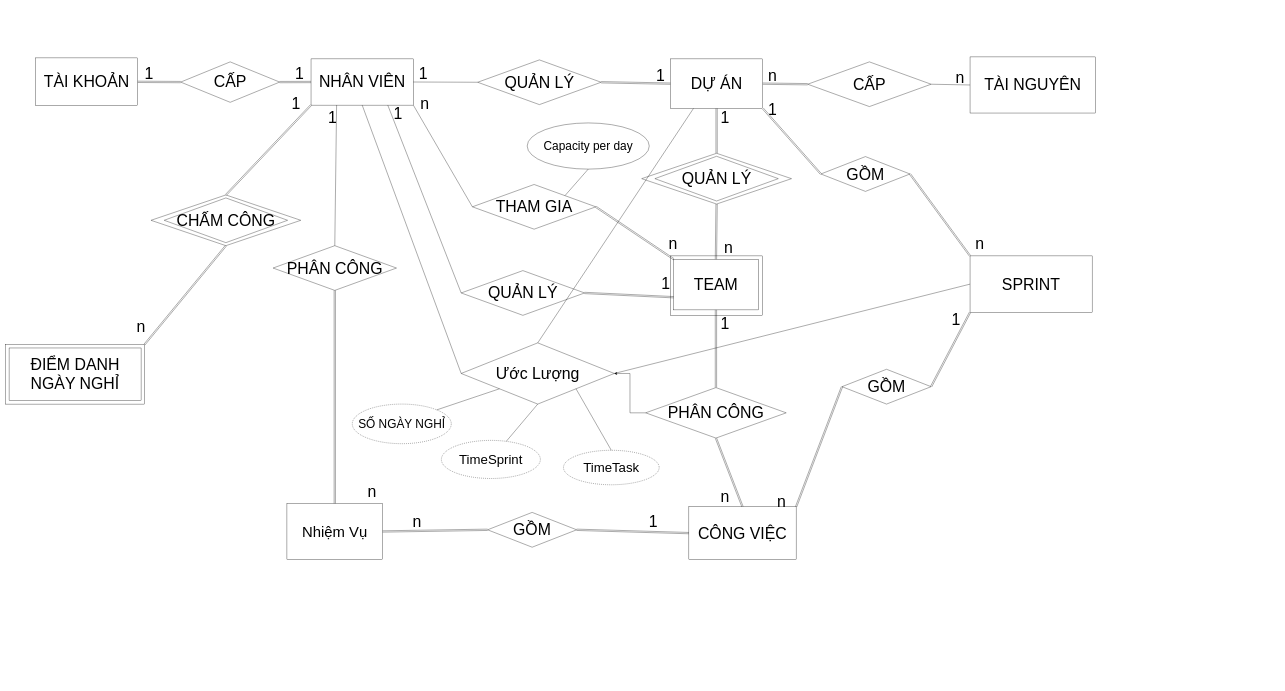
Earlier version of the draw.io diagram page "Mối Kết Hợp" (1 of 2) of model/Relation_ERD.drawio (Narius2030/Project-Management-App). Source tidied: cells renumbered, new cells numbered last; positions are measured from the earlier drawing's top-left corner, leaving out a move shared by most shapes. Both pictures are drawn from the tidied source at 33%, with x=0, y=0 at pixel (6, 57).
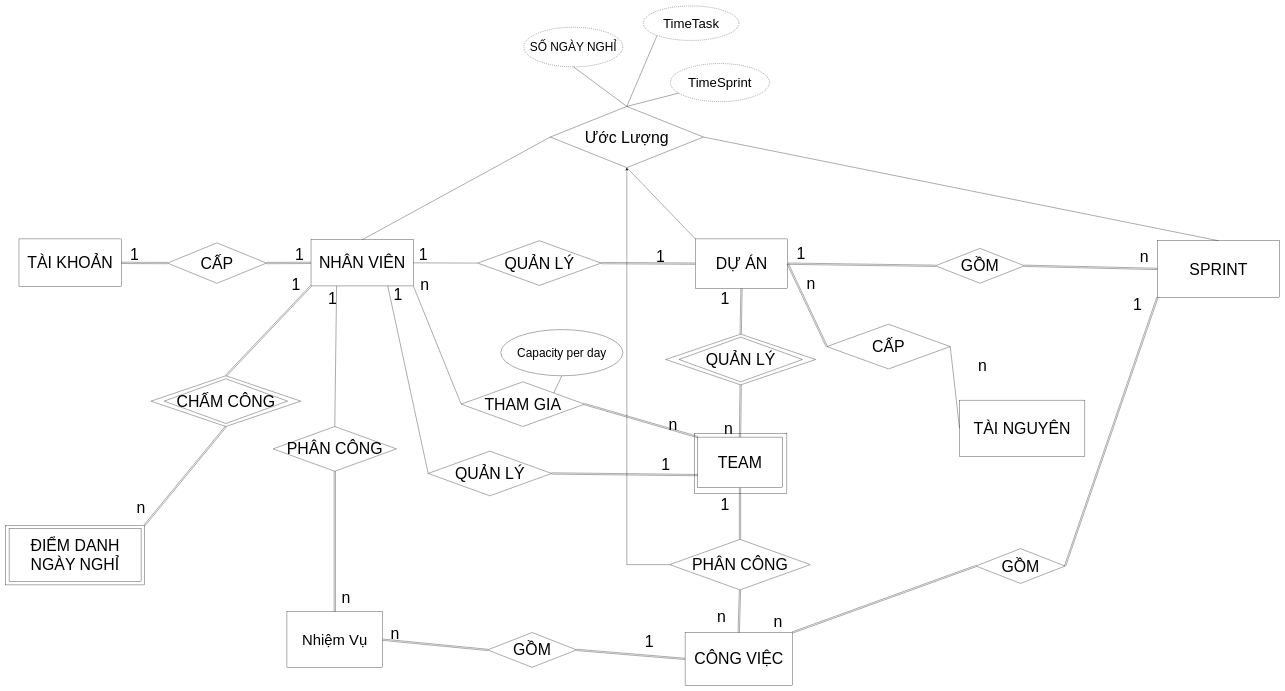
After the change.

Change to the diagram source:
```diff
@@
     <mxCell id="2" value="&lt;font style=&quot;font-size: 48px;&quot;&gt;TÀI KHOẢN&lt;/font&gt;" style="rounded=0;whiteSpace=wrap;html=1;" parent="1" vertex="1">
-      <mxGeometry x="90" y="3" width="310" height="145" as="geometry" />
+      <mxGeometry x="40" y="551.5" width="310" height="145" as="geometry" />
     </mxCell>
     <mxCell id="3" value="&lt;font style=&quot;font-size: 48px;&quot;&gt;NHÂN VIÊN&lt;/font&gt;" style="rounded=0;whiteSpace=wrap;html=1;" parent="1" vertex="1">
-      <mxGeometry x="925" y="6" width="310" height="140" as="geometry" />
+      <mxGeometry x="925" y="554" width="310" height="140" as="geometry" />
     </mxCell>
     <mxCell id="4" style="group;fontSize=35;fontStyle=0;" parent="1" vertex="1">
-      <mxGeometry x="852" y="1353" width="290" height="170" as="geometry" />
+      <mxGeometry x="852" y="1681" width="290" height="170" as="geometry" />
     </mxCell>
@@
     <mxCell id="6" value="&lt;font style=&quot;font-size: 48px;&quot;&gt;DỰ ÁN&lt;/font&gt;" style="rounded=0;whiteSpace=wrap;html=1;" parent="1" vertex="1">
-      <mxGeometry x="2014" y="6" width="280" height="150" as="geometry" />
+      <mxGeometry x="2089.5" y="551.5" width="280" height="150" as="geometry" />
     </mxCell>
     <mxCell id="7" style="group;rounded=0;strokeColor=default;fontFamily=Helvetica;fontSize=12;fontColor=default;fillColor=default;html=1;" parent="1" vertex="1">
-      <mxGeometry x="2014" y="603" width="280" height="180" as="geometry" />
+      <mxGeometry x="2087" y="1142" width="280" height="180" as="geometry" />
     </mxCell>
@@
     <mxCell id="9" value="&lt;span style=&quot;font-size: 48px;&quot;&gt;CÔNG VIỆC&lt;/span&gt;" style="rounded=0;whiteSpace=wrap;html=1;" parent="1" vertex="1">
-      <mxGeometry x="2070" y="1363" width="325" height="160" as="geometry" />
+      <mxGeometry x="2058.5" y="1744.2" width="325" height="160" as="geometry" />
     </mxCell>
     <mxCell id="10" value="&lt;font style=&quot;font-size: 48px;&quot;&gt;TÀI NGUYÊN&lt;/font&gt;" style="rounded=0;whiteSpace=wrap;html=1;" parent="1" vertex="1">
-      <mxGeometry x="2922" width="380" height="170" as="geometry" />
+      <mxGeometry x="2890" y="1040" width="380" height="170" as="geometry" />
     </mxCell>
     <mxCell id="11" value="&lt;font style=&quot;font-size: 48px;&quot;&gt;CẤP&lt;/font&gt;" style="rhombus;whiteSpace=wrap;html=1;" parent="1" vertex="1">
-      <mxGeometry x="530" y="15" width="300" height="122.5" as="geometry" />
+      <mxGeometry x="490" y="563.5" width="300" height="122.5" as="geometry" />
     </mxCell>
     <mxCell id="12" value="&lt;span style=&quot;font-size: 48px;&quot;&gt;1&lt;/span&gt;" style="text;html=1;strokeColor=none;fillColor=none;align=center;verticalAlign=middle;whiteSpace=wrap;rounded=0;" parent="1" vertex="1">
-      <mxGeometry x="404" y="35" width="60" height="30" as="geometry" />
+      <mxGeometry x="360" y="583" width="60" height="30" as="geometry" />
     </mxCell>
     <mxCell id="13" value="&lt;span style=&quot;font-size: 48px;&quot;&gt;1&lt;/span&gt;" style="text;html=1;strokeColor=none;fillColor=none;align=center;verticalAlign=middle;whiteSpace=wrap;rounded=0;" parent="1" vertex="1">
-      <mxGeometry x="860" y="35" width="60" height="30" as="geometry" />
+      <mxGeometry x="860" y="583" width="60" height="30" as="geometry" />
     </mxCell>
@@
     <mxCell id="16" value="&lt;span style=&quot;font-size: 48px;&quot;&gt;QUẢN LÝ&lt;/span&gt;" style="rhombus;whiteSpace=wrap;html=1;" parent="1" vertex="1">
-      <mxGeometry x="1430" y="9" width="374" height="135.5" as="geometry" />
+      <mxGeometry x="1430" y="557" width="374" height="135.5" as="geometry" />
     </mxCell>
@@
     <mxCell id="19" value="&lt;span style=&quot;font-size: 48px;&quot;&gt;1&lt;/span&gt;" style="text;html=1;strokeColor=none;fillColor=none;align=center;verticalAlign=middle;whiteSpace=wrap;rounded=0;" parent="1" vertex="1">
-      <mxGeometry x="1235" y="35" width="60" height="30" as="geometry" />
+      <mxGeometry x="1235" y="583" width="60" height="30" as="geometry" />
     </mxCell>
     <mxCell id="20" value="&lt;span style=&quot;font-size: 48px;&quot;&gt;1&lt;/span&gt;" style="text;html=1;strokeColor=none;fillColor=none;align=center;verticalAlign=middle;whiteSpace=wrap;rounded=0;" parent="1" vertex="1">
-      <mxGeometry x="1954" y="42" width="60" height="30" as="geometry" />
+      <mxGeometry x="1954" y="590" width="60" height="30" as="geometry" />
     </mxCell>
     <mxCell id="21" value="&lt;span style=&quot;font-size: 48px;&quot;&gt;CẤP&lt;/span&gt;" style="rhombus;whiteSpace=wrap;html=1;" parent="1" vertex="1">
-      <mxGeometry x="2430" y="15" width="374" height="135.5" as="geometry" />
+      <mxGeometry x="2488" y="810" width="374" height="135.5" as="geometry" />
     </mxCell>
@@
     <mxCell id="24" value="&lt;span style=&quot;font-size: 48px;&quot;&gt;n&lt;/span&gt;" style="text;html=1;strokeColor=none;fillColor=none;align=center;verticalAlign=middle;whiteSpace=wrap;rounded=0;" parent="1" vertex="1">
-      <mxGeometry x="2294" y="42" width="60" height="30" as="geometry" />
+      <mxGeometry x="2410" y="671.5" width="60" height="30" as="geometry" />
     </mxCell>
     <mxCell id="25" value="&lt;span style=&quot;font-size: 48px;&quot;&gt;n&lt;/span&gt;" style="text;html=1;strokeColor=none;fillColor=none;align=center;verticalAlign=middle;whiteSpace=wrap;rounded=0;" parent="1" vertex="1">
-      <mxGeometry x="2862" y="47" width="60" height="30" as="geometry" />
+      <mxGeometry x="3420" y="590" width="60" height="30" as="geometry" />
     </mxCell>
     <mxCell id="26" style="group;" parent="1" vertex="1">
-      <mxGeometry x="1927" y="292" width="454" height="153.8" as="geometry" />
+      <mxGeometry x="2000" y="840" width="454" height="153.8" as="geometry" />
     </mxCell>
@@
     <mxCell id="31" value="&lt;span style=&quot;font-size: 48px;&quot;&gt;n&lt;/span&gt;" style="text;html=1;strokeColor=none;fillColor=none;align=center;verticalAlign=middle;whiteSpace=wrap;rounded=0;" parent="1" vertex="1">
-      <mxGeometry x="2160" y="562" width="60" height="30" as="geometry" />
+      <mxGeometry x="2160" y="1110" width="60" height="30" as="geometry" />
     </mxCell>
     <mxCell id="32" value="&lt;span style=&quot;font-size: 48px;&quot;&gt;1&lt;/span&gt;" style="text;html=1;strokeColor=none;fillColor=none;align=center;verticalAlign=middle;whiteSpace=wrap;rounded=0;" parent="1" vertex="1">
-      <mxGeometry x="2150" y="170" width="60" height="30" as="geometry" />
+      <mxGeometry x="2150" y="718" width="60" height="30" as="geometry" />
     </mxCell>
     <mxCell id="33" value="&lt;span style=&quot;font-size: 48px;&quot;&gt;SPRINT&lt;/span&gt;" style="rounded=0;whiteSpace=wrap;html=1;" parent="1" vertex="1">
-      <mxGeometry x="2922" y="603" width="370" height="171" as="geometry" />
+      <mxGeometry x="3490" y="557" width="370" height="171" as="geometry" />
     </mxCell>
     <mxCell id="34" style="group;" parent="1" vertex="1">
-      <mxGeometry x="220" y="942" width="200" height="110" as="geometry" />
+      <mxGeometry x="220" y="1490" width="200" height="110" as="geometry" />
     </mxCell>
@@
-    <mxCell id="37" style="shape=link;html=1;rounded=0;entryX=0;entryY=0;entryDx=0;entryDy=0;exitX=1;exitY=0.5;exitDx=0;exitDy=0;" parent="1" edge="1" source="39" target="33">
+    <mxCell id="37" style="shape=link;html=1;rounded=0;entryX=0;entryY=0.5;entryDx=0;entryDy=0;exitX=1;exitY=0.5;exitDx=0;exitDy=0;" parent="1" edge="1" source="39" target="33">
       <mxGeometry relative="1" as="geometry" />
     </mxCell>
-    <mxCell id="38" style="shape=link;html=1;rounded=0;entryX=1;entryY=1;entryDx=0;entryDy=0;exitX=0;exitY=0.5;exitDx=0;exitDy=0;" parent="1" edge="1" source="39" target="6">
+    <mxCell id="38" style="shape=link;html=1;rounded=0;entryX=1;entryY=0.5;entryDx=0;entryDy=0;exitX=0;exitY=0.5;exitDx=0;exitDy=0;" parent="1" edge="1" source="39" target="6">
       <mxGeometry relative="1" as="geometry" />
     </mxCell>
     <mxCell id="39" value="&lt;span style=&quot;font-size: 48px;&quot;&gt;GỒM&lt;/span&gt;" style="rhombus;whiteSpace=wrap;html=1;" parent="1" vertex="1">
-      <mxGeometry x="2470" y="302" width="270" height="105.5" as="geometry" />
+      <mxGeometry x="2817" y="580.2" width="270" height="105.5" as="geometry" />
     </mxCell>
     <mxCell id="40" value="&lt;span style=&quot;font-size: 48px;&quot;&gt;1&lt;/span&gt;" style="text;html=1;strokeColor=none;fillColor=none;align=center;verticalAlign=middle;whiteSpace=wrap;rounded=0;" parent="1" vertex="1">
-      <mxGeometry x="2294" y="144.5" width="60" height="30" as="geometry" />
+      <mxGeometry x="2380" y="580.2" width="60" height="30" as="geometry" />
     </mxCell>
     <mxCell id="41" value="&lt;span style=&quot;font-size: 48px;&quot;&gt;n&lt;/span&gt;" style="text;html=1;strokeColor=none;fillColor=none;align=center;verticalAlign=middle;whiteSpace=wrap;rounded=0;" parent="1" vertex="1">
-      <mxGeometry x="2922" y="552" width="60" height="30" as="geometry" />
+      <mxGeometry x="2930" y="920" width="60" height="30" as="geometry" />
     </mxCell>
@@
-    <mxCell id="44" style="edgeStyle=orthogonalEdgeStyle;rounded=0;jettySize=auto;html=1;fontSize=40;" parent="1" edge="1" source="45" target="82">
+    <mxCell id="44" style="edgeStyle=orthogonalEdgeStyle;rounded=0;jettySize=auto;html=1;fontSize=40;exitX=0;exitY=0.5;exitDx=0;exitDy=0;" parent="1" edge="1" source="45" target="82">
       <mxGeometry relative="1" as="geometry" />
     </mxCell>
     <mxCell id="45" value="&lt;span style=&quot;font-size: 48px;&quot;&gt;PHÂN CÔNG&lt;/span&gt;" style="rhombus;whiteSpace=wrap;html=1;" parent="1" vertex="1">
-      <mxGeometry x="1939" y="1002" width="426" height="153" as="geometry" />
+      <mxGeometry x="2012" y="1462" width="426" height="153" as="geometry" />
     </mxCell>
     <mxCell id="46" value="&lt;span style=&quot;font-size: 48px;&quot;&gt;1&lt;/span&gt;" style="text;html=1;strokeColor=none;fillColor=none;align=center;verticalAlign=middle;whiteSpace=wrap;rounded=0;" parent="1" vertex="1">
-      <mxGeometry x="2150" y="792" width="60" height="30" as="geometry" />
+      <mxGeometry x="2150" y="1340" width="60" height="30" as="geometry" />
     </mxCell>
     <mxCell id="47" value="&lt;span style=&quot;font-size: 48px;&quot;&gt;n&lt;/span&gt;" style="text;html=1;strokeColor=none;fillColor=none;align=center;verticalAlign=middle;whiteSpace=wrap;rounded=0;" parent="1" vertex="1">
-      <mxGeometry x="2150" y="1318" width="60" height="30" as="geometry" />
+      <mxGeometry x="2138.5" y="1682" width="60" height="30" as="geometry" />
     </mxCell>
@@
     <mxCell id="50" value="&lt;span style=&quot;font-size: 48px;&quot;&gt;GỒM&lt;/span&gt;" style="rhombus;whiteSpace=wrap;html=1;" parent="1" vertex="1">
-      <mxGeometry x="2534" y="946.5" width="270" height="105.5" as="geometry" />
+      <mxGeometry x="2940" y="1490" width="270" height="105.5" as="geometry" />
     </mxCell>
     <mxCell id="51" value="&lt;span style=&quot;font-size: 48px;&quot;&gt;1&lt;/span&gt;" style="text;html=1;strokeColor=none;fillColor=none;align=center;verticalAlign=middle;whiteSpace=wrap;rounded=0;" parent="1" vertex="1">
-      <mxGeometry x="2850" y="782" width="60" height="30" as="geometry" />
+      <mxGeometry x="3400" y="734" width="60" height="30" as="geometry" />
     </mxCell>
     <mxCell id="52" value="&lt;span style=&quot;font-size: 48px;&quot;&gt;n&lt;/span&gt;" style="text;html=1;strokeColor=none;fillColor=none;align=center;verticalAlign=middle;whiteSpace=wrap;rounded=0;" parent="1" vertex="1">
-      <mxGeometry x="2321" y="1333" width="60" height="30" as="geometry" />
+      <mxGeometry x="2309.5" y="1697" width="60" height="30" as="geometry" />
     </mxCell>
@@
     <mxCell id="55" value="&lt;span style=&quot;font-size: 48px;&quot;&gt;GỒM&lt;/span&gt;" style="rhombus;whiteSpace=wrap;html=1;" parent="1" vertex="1">
-      <mxGeometry x="1460" y="1380.2" width="270" height="105.5" as="geometry" />
+      <mxGeometry x="1460" y="1744.2" width="270" height="105.5" as="geometry" />
     </mxCell>
     <mxCell id="56" value="&lt;span style=&quot;font-size: 48px;&quot;&gt;1&lt;/span&gt;" style="text;html=1;strokeColor=none;fillColor=none;align=center;verticalAlign=middle;whiteSpace=wrap;rounded=0;" parent="1" vertex="1">
-      <mxGeometry x="1931.5" y="1393" width="60" height="30" as="geometry" />
+      <mxGeometry x="1920" y="1757" width="60" height="30" as="geometry" />
     </mxCell>
     <mxCell id="57" value="&lt;span style=&quot;font-size: 48px;&quot;&gt;n&lt;/span&gt;" style="text;html=1;strokeColor=none;fillColor=none;align=center;verticalAlign=middle;whiteSpace=wrap;rounded=0;" parent="1" vertex="1">
-      <mxGeometry x="1216" y="1393" width="60" height="30" as="geometry" />
+      <mxGeometry x="1150" y="1732" width="60" height="30" as="geometry" />
     </mxCell>
     <mxCell id="58" value="&lt;span style=&quot;font-size: 48px;&quot;&gt;PHÂN CÔNG&lt;/span&gt;" style="rhombus;whiteSpace=wrap;html=1;" parent="1" vertex="1">
-      <mxGeometry x="810" y="572" width="374" height="135.5" as="geometry" />
+      <mxGeometry x="810" y="1120" width="374" height="135.5" as="geometry" />
     </mxCell>
@@
     <mxCell id="61" value="&lt;span style=&quot;font-size: 48px;&quot;&gt;1&lt;/span&gt;" style="text;html=1;strokeColor=none;fillColor=none;align=center;verticalAlign=middle;whiteSpace=wrap;rounded=0;" parent="1" vertex="1">
-      <mxGeometry x="960" y="170" width="60" height="30" as="geometry" />
+      <mxGeometry x="960" y="718" width="60" height="30" as="geometry" />
     </mxCell>
     <mxCell id="62" value="&lt;span style=&quot;font-size: 48px;&quot;&gt;n&lt;/span&gt;" style="text;html=1;strokeColor=none;fillColor=none;align=center;verticalAlign=middle;whiteSpace=wrap;rounded=0;" parent="1" vertex="1">
-      <mxGeometry x="1080" y="1303" width="60" height="30" as="geometry" />
+      <mxGeometry x="1001" y="1622" width="60" height="30" as="geometry" />
     </mxCell>
     <mxCell id="63" style="group;" parent="1" vertex="1">
-      <mxGeometry x="440" y="418.2" width="454" height="153.8" as="geometry" />
+      <mxGeometry x="440" y="966.2" width="454" height="153.8" as="geometry" />
     </mxCell>
@@
     <mxCell id="68" value="&lt;span style=&quot;font-size: 48px;&quot;&gt;n&lt;/span&gt;" style="text;html=1;strokeColor=none;fillColor=none;align=center;verticalAlign=middle;whiteSpace=wrap;rounded=0;" parent="1" vertex="1">
-      <mxGeometry x="380" y="802" width="60" height="30" as="geometry" />
+      <mxGeometry x="380" y="1350" width="60" height="30" as="geometry" />
     </mxCell>
     <mxCell id="69" value="&lt;span style=&quot;font-size: 48px;&quot;&gt;1&lt;/span&gt;" style="text;html=1;strokeColor=none;fillColor=none;align=center;verticalAlign=middle;whiteSpace=wrap;rounded=0;" parent="1" vertex="1">
-      <mxGeometry x="850" y="126" width="60" height="30" as="geometry" />
+      <mxGeometry x="850" y="674" width="60" height="30" as="geometry" />
     </mxCell>
     <mxCell id="70" value="&lt;span style=&quot;font-size: 48px;&quot;&gt;QUẢN LÝ&lt;/span&gt;" style="rhombus;whiteSpace=wrap;html=1;" parent="1" vertex="1">
-      <mxGeometry x="1380" y="647.5" width="374" height="135.5" as="geometry" />
+      <mxGeometry x="1280" y="1194.5" width="374" height="135.5" as="geometry" />
     </mxCell>
@@
     <mxCell id="73" value="&lt;span style=&quot;font-size: 48px;&quot;&gt;1&lt;/span&gt;" style="text;html=1;strokeColor=none;fillColor=none;align=center;verticalAlign=middle;whiteSpace=wrap;rounded=0;" parent="1" vertex="1">
-      <mxGeometry x="1159" y="156" width="60" height="30" as="geometry" />
+      <mxGeometry x="1159" y="704" width="60" height="30" as="geometry" />
     </mxCell>
     <mxCell id="74" value="&lt;span style=&quot;font-size: 48px;&quot;&gt;1&lt;/span&gt;" style="text;html=1;strokeColor=none;fillColor=none;align=center;verticalAlign=middle;whiteSpace=wrap;rounded=0;" parent="1" vertex="1">
-      <mxGeometry x="1970" y="672" width="60" height="30" as="geometry" />
+      <mxGeometry x="1970" y="1220" width="60" height="30" as="geometry" />
     </mxCell>
     <mxCell id="75" value="&lt;span style=&quot;font-size: 48px;&quot;&gt;THAM GIA&lt;/span&gt;" style="rhombus;whiteSpace=wrap;html=1;" parent="1" vertex="1">
-      <mxGeometry x="1414" y="386.5" width="374" height="135.5" as="geometry" />
+      <mxGeometry x="1380" y="984.5" width="374" height="135.5" as="geometry" />
     </mxCell>
@@
     <mxCell id="78" value="&lt;span style=&quot;font-size: 48px;&quot;&gt;n&lt;/span&gt;" style="text;html=1;strokeColor=none;fillColor=none;align=center;verticalAlign=middle;whiteSpace=wrap;rounded=0;" parent="1" vertex="1">
-      <mxGeometry x="1240" y="126" width="60" height="30" as="geometry" />
+      <mxGeometry x="1240" y="674" width="60" height="30" as="geometry" />
     </mxCell>
     <mxCell id="79" value="&lt;span style=&quot;font-size: 48px;&quot;&gt;n&lt;/span&gt;" style="text;html=1;strokeColor=none;fillColor=none;align=center;verticalAlign=middle;whiteSpace=wrap;rounded=0;" parent="1" vertex="1">
-      <mxGeometry x="1991.5" y="552" width="60" height="30" as="geometry" />
+      <mxGeometry x="1991.5" y="1100" width="60" height="30" as="geometry" />
     </mxCell>
     <mxCell id="80" value="&lt;span style=&quot;font-size: 36px;&quot;&gt;Capacity per day&lt;/span&gt;" style="ellipse;whiteSpace=wrap;html=1;" parent="1" vertex="1">
-      <mxGeometry x="1580" y="200" width="370" height="140" as="geometry" />
+      <mxGeometry x="1500" y="826.2" width="370" height="140" as="geometry" />
     </mxCell>
@@
     <mxCell id="82" value="&lt;span style=&quot;font-size: 48px;&quot;&gt;Ước Lượng&lt;/span&gt;" style="rhombus;whiteSpace=wrap;html=1;" parent="1" vertex="1">
-      <mxGeometry x="1380" y="866.5" width="464" height="185.5" as="geometry" />
+      <mxGeometry x="1650" y="150" width="464" height="185.5" as="geometry" />
     </mxCell>
-    <mxCell id="83" style="endArrow=none;html=1;rounded=0;entryX=0.5;entryY=1;entryDx=0;entryDy=0;exitX=0;exitY=0.5;exitDx=0;exitDy=0;" parent="1" edge="1" source="82" target="3">
+    <mxCell id="83" style="endArrow=none;html=1;rounded=0;entryX=0.5;entryY=0;entryDx=0;entryDy=0;exitX=0;exitY=0.5;exitDx=0;exitDy=0;" parent="1" edge="1" source="82" target="3">
       <mxGeometry relative="1" as="geometry" />
     </mxCell>
-    <mxCell id="84" style="endArrow=none;html=1;rounded=0;entryX=0.25;entryY=1;entryDx=0;entryDy=0;exitX=0.5;exitY=0;exitDx=0;exitDy=0;" parent="1" edge="1" source="82" target="6">
+    <mxCell id="84" style="endArrow=none;html=1;rounded=0;entryX=0;entryY=0;entryDx=0;entryDy=0;exitX=0.5;exitY=1;exitDx=0;exitDy=0;" parent="1" edge="1" source="82" target="6">
       <mxGeometry relative="1" as="geometry" />
     </mxCell>
-    <mxCell id="85" style="endArrow=none;html=1;rounded=0;entryX=0;entryY=0.5;entryDx=0;entryDy=0;exitX=1;exitY=0.5;exitDx=0;exitDy=0;" parent="1" edge="1" source="82" target="33">
+    <mxCell id="85" style="endArrow=none;html=1;rounded=0;entryX=0.5;entryY=0;entryDx=0;entryDy=0;exitX=1;exitY=0.5;exitDx=0;exitDy=0;" parent="1" edge="1" source="82" target="33">
       <mxGeometry relative="1" as="geometry" />
     </mxCell>
     <mxCell id="86" value="&lt;font style=&quot;font-size: 36px;&quot;&gt;SỐ NGÀY NGHỈ&lt;/font&gt;" style="ellipse;whiteSpace=wrap;html=1;align=center;dashed=1;" parent="1" vertex="1">
-      <mxGeometry x="1050" y="1052" width="300" height="120" as="geometry" />
+      <mxGeometry x="1570" y="-90" width="300" height="120" as="geometry" />
     </mxCell>
-    <mxCell id="87" style="endArrow=none;html=1;rounded=0;exitX=1;exitY=0;exitDx=0;exitDy=0;entryX=0;entryY=1;entryDx=0;entryDy=0;" parent="1" edge="1" source="86" target="82">
+    <mxCell id="87" style="endArrow=none;html=1;rounded=0;exitX=0.5;exitY=1;exitDx=0;exitDy=0;entryX=0.5;entryY=0;entryDx=0;entryDy=0;" parent="1" edge="1" source="86" target="82">
       <mxGeometry relative="1" as="geometry" />
     </mxCell>
     <mxCell id="88" value="TimeSprint" style="ellipse;whiteSpace=wrap;html=1;fontSize=40;dashed=1;" parent="1" vertex="1">
-      <mxGeometry x="1320" y="1162" width="300" height="115.5" as="geometry" />
+      <mxGeometry x="2014" y="20" width="300" height="115.5" as="geometry" />
     </mxCell>
-    <mxCell id="89" style="endArrow=none;html=1;rounded=0;fontSize=20;entryX=0.5;entryY=1;entryDx=0;entryDy=0;" parent="1" edge="1" source="88" target="82">
+    <mxCell id="89" style="endArrow=none;html=1;rounded=0;fontSize=20;entryX=0.5;entryY=0;entryDx=0;entryDy=0;" parent="1" edge="1" source="88" target="82">
       <mxGeometry relative="1" as="geometry" />
     </mxCell>
     <mxCell id="90" value="TimeTask" style="ellipse;whiteSpace=wrap;html=1;dashed=1;fontSize=40;" parent="1" vertex="1">
-      <mxGeometry x="1690" y="1192" width="290" height="104.5" as="geometry" />
+      <mxGeometry x="1931.5" y="-154.5" width="290" height="104.5" as="geometry" />
     </mxCell>
-    <mxCell id="91" style="endArrow=none;html=1;rounded=0;fontSize=40;exitX=0.5;exitY=0;exitDx=0;exitDy=0;entryX=1;entryY=1;entryDx=0;entryDy=0;" parent="1" edge="1" source="90" target="82">
+    <mxCell id="91" style="endArrow=none;html=1;rounded=0;fontSize=40;exitX=0;exitY=1;exitDx=0;exitDy=0;entryX=0.5;entryY=0;entryDx=0;entryDy=0;" parent="1" edge="1" source="90" target="82">
       <mxGeometry relative="1" as="geometry" />
     </mxCell>
```
